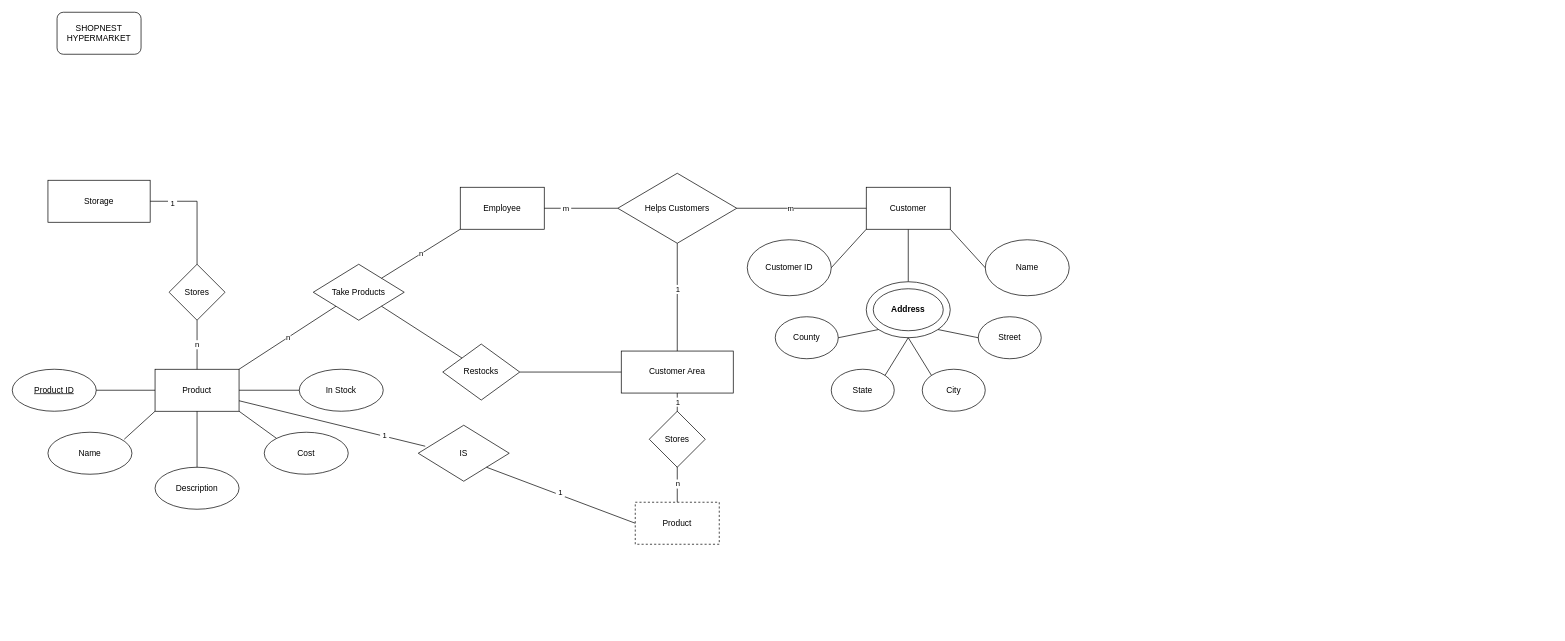
abobymotaki/uncharted keeps this draw.io diagram as Untitled Diagram.drawio. Above is the earlier version. Source tidied: cells renumbered, new cells numbered last; positions are measured from the earlier drawing's top-left corner, leaving out a move shared by most shapes. Both pictures are drawn from the tidied source at 70%, with x=0, y=0 at pixel (12, 12).
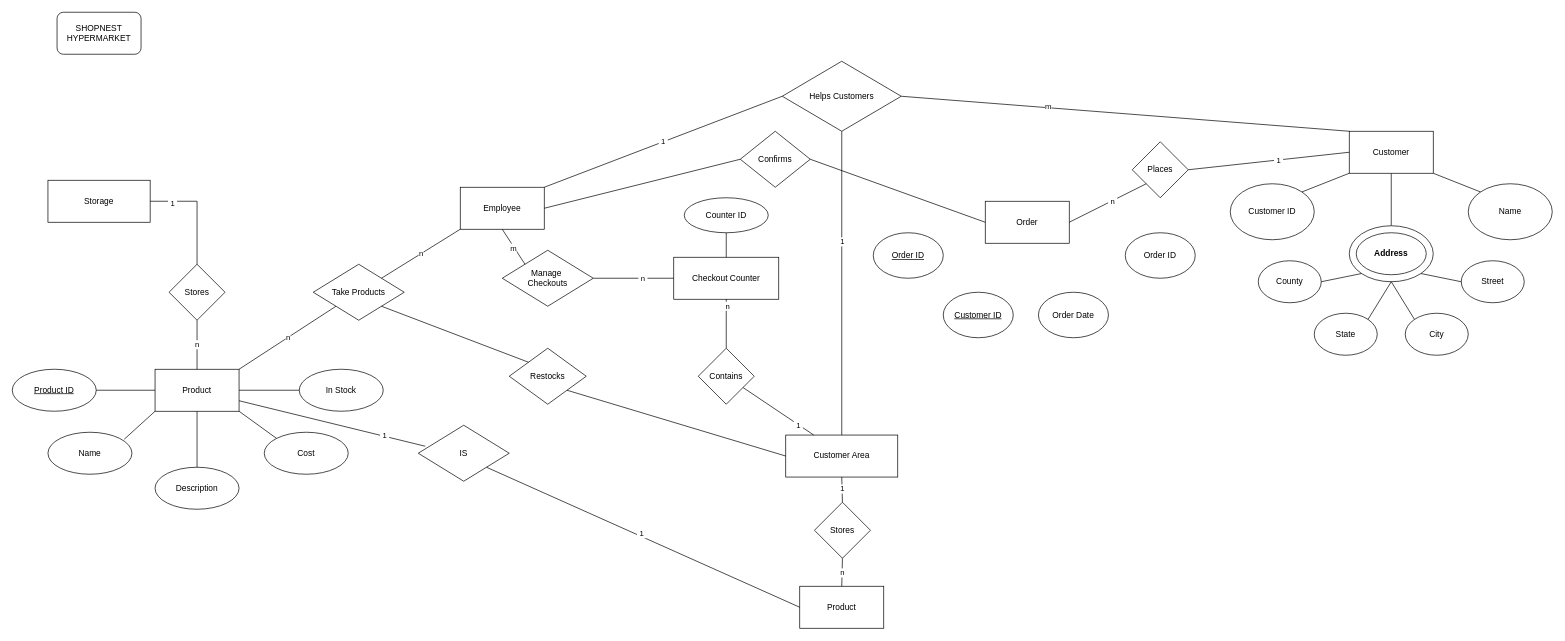
After the change.

Unchanged cells that the change refers to:
```xml
<mxCell id="28" value="Employee" style="rounded=0;whiteSpace=wrap;html=1;" parent="1" vertex="1">
  <mxGeometry x="640" y="250" width="120" height="60" as="geometry" />
</mxCell>
```

What changed in the source:
```diff
@@
     <mxCell id="10" value="Customer" style="rounded=0;whiteSpace=wrap;html=1;" parent="1" vertex="1">
-      <mxGeometry x="1220" y="250" width="120" height="60" as="geometry" />
+      <mxGeometry x="1910" y="170" width="120" height="60" as="geometry" />
     </mxCell>
     <mxCell id="11" style="group;" parent="1" vertex="1">
-      <mxGeometry x="1220" y="385" width="120" height="80" as="geometry" />
+      <mxGeometry x="1910" y="305" width="120" height="80" as="geometry" />
     </mxCell>
@@
     <mxCell id="14" value="Street" style="ellipse;whiteSpace=wrap;html=1;" parent="1" vertex="1">
-      <mxGeometry x="1380" y="435" width="90" height="60" as="geometry" />
+      <mxGeometry x="2070" y="355" width="90" height="60" as="geometry" />
     </mxCell>
     <mxCell id="15" value="State" style="ellipse;whiteSpace=wrap;html=1;" parent="1" vertex="1">
-      <mxGeometry x="1170" y="510" width="90" height="60" as="geometry" />
+      <mxGeometry x="1860" y="430" width="90" height="60" as="geometry" />
     </mxCell>
     <mxCell id="16" value="City" style="ellipse;whiteSpace=wrap;html=1;" parent="1" vertex="1">
-      <mxGeometry x="1300" y="510" width="90" height="60" as="geometry" />
+      <mxGeometry x="1990" y="430" width="90" height="60" as="geometry" />
     </mxCell>
     <mxCell id="17" value="County" style="ellipse;whiteSpace=wrap;html=1;" parent="1" vertex="1">
-      <mxGeometry x="1090" y="435" width="90" height="60" as="geometry" />
+      <mxGeometry x="1780" y="355" width="90" height="60" as="geometry" />
     </mxCell>
@@
     <mxCell id="22" value="Customer ID" style="ellipse;whiteSpace=wrap;html=1;" parent="1" vertex="1">
-      <mxGeometry x="1050" y="325" width="120" height="80" as="geometry" />
+      <mxGeometry x="1740" y="245" width="120" height="80" as="geometry" />
     </mxCell>
-    <mxCell id="23" style="endArrow=none;html=1;rounded=0;exitX=0;exitY=1;exitDx=0;exitDy=0;entryX=1;entryY=0.5;entryDx=0;entryDy=0;startFill=0;" parent="1" edge="1" source="10" target="22">
+    <mxCell id="23" style="endArrow=none;html=1;rounded=0;exitX=0;exitY=1;exitDx=0;exitDy=0;entryX=1;entryY=0;entryDx=0;entryDy=0;startFill=0;" parent="1" edge="1" source="10" target="22">
       <mxGeometry relative="1" as="geometry" />
     </mxCell>
     <mxCell id="24" value="Name" style="ellipse;whiteSpace=wrap;html=1;" parent="1" vertex="1">
-      <mxGeometry x="1390" y="325" width="120" height="80" as="geometry" />
+      <mxGeometry x="2080" y="245" width="120" height="80" as="geometry" />
     </mxCell>
-    <mxCell id="25" style="endArrow=none;html=1;rounded=0;exitX=1;exitY=1;exitDx=0;exitDy=0;entryX=0;entryY=0.5;entryDx=0;entryDy=0;startFill=0;" parent="1" edge="1" source="10" target="24">
+    <mxCell id="25" style="endArrow=none;html=1;rounded=0;exitX=1;exitY=1;exitDx=0;exitDy=0;entryX=0;entryY=0;entryDx=0;entryDy=0;startFill=0;" parent="1" edge="1" source="10" target="24">
       <mxGeometry relative="1" as="geometry" />
     </mxCell>
@@
     <mxCell id="29" value="Customer Area" style="rounded=0;whiteSpace=wrap;html=1;" parent="1" vertex="1">
-      <mxGeometry x="870" y="484" width="160" height="60" as="geometry" />
+      <mxGeometry x="1105" y="604" width="160" height="60" as="geometry" />
     </mxCell>
@@
-    <mxCell id="41" style="edgeStyle=orthogonalEdgeStyle;rounded=0;jettySize=auto;html=1;exitX=1;exitY=0.5;exitDx=0;exitDy=0;entryX=0;entryY=0.5;entryDx=0;entryDy=0;endArrow=none;startFill=0;" parent="1" edge="1" source="42" target="29">
-      <mxGeometry relative="1" as="geometry" />
-    </mxCell>
     <mxCell id="42" value="Restocks" style="rhombus;whiteSpace=wrap;html=1;" parent="1" vertex="1">
-      <mxGeometry x="615" y="474" width="110" height="80" as="geometry" />
+      <mxGeometry x="710" y="480" width="110" height="80" as="geometry" />
     </mxCell>
@@
-    <mxCell id="44" value="Product" style="rounded=0;whiteSpace=wrap;html=1;dashed=1;" parent="1" vertex="1">
-      <mxGeometry x="890" y="700" width="120" height="60" as="geometry" />
+    <mxCell id="44" value="Product" style="rounded=0;whiteSpace=wrap;html=1;" parent="1" vertex="1">
+      <mxGeometry x="1125" y="820" width="120" height="60" as="geometry" />
     </mxCell>
@@
-    <mxCell id="50" style="endArrow=none;html=1;rounded=0;entryX=0.5;entryY=1;entryDx=0;entryDy=0;exitX=0.5;exitY=0;exitDx=0;exitDy=0;" parent="1" edge="1" source="44" target="29">
+    <mxCell id="50" style="endArrow=none;html=1;rounded=0;entryX=0.5;entryY=1;entryDx=0;entryDy=0;exitX=0.5;exitY=0;exitDx=0;exitDy=0;" parent="1" edge="1" source="60" target="29">
       <mxGeometry relative="1" as="geometry" />
     </mxCell>
     <mxCell id="51" value="1" style="edgeLabel;html=1;align=center;verticalAlign=middle;" parent="50" vertex="1">
-      <mxGeometry x="0.85" relative="1" as="geometry" />
+      <mxGeometry x="0.85" relative="1" as="geometry">
+        <mxPoint y="13" as="offset" />
+      </mxGeometry>
     </mxCell>
-    <mxCell id="52" value="n" style="edgeLabel;html=1;align=center;verticalAlign=middle;" parent="50" vertex="1">
-      <mxGeometry x="-0.66" relative="1" as="geometry" />
-    </mxCell>
     <mxCell id="53" value="Helps Customers" style="rhombus;whiteSpace=wrap;html=1;" parent="1" vertex="1">
-      <mxGeometry x="865" y="230" width="170" height="100" as="geometry" />
+      <mxGeometry x="1100" y="70" width="170" height="100" as="geometry" />
     </mxCell>
-    <mxCell id="54" style="endArrow=none;html=1;rounded=0;exitX=1;exitY=0.5;exitDx=0;exitDy=0;entryX=0;entryY=0.5;entryDx=0;entryDy=0;" parent="1" edge="1" source="28" target="53">
+    <mxCell id="54" value="&amp;nbsp;1&amp;nbsp;" style="endArrow=none;html=1;rounded=0;exitX=1;exitY=0;exitDx=0;exitDy=0;entryX=0;entryY=0.5;entryDx=0;entryDy=0;" parent="1" edge="1" source="28" target="53">
       <mxGeometry relative="1" as="geometry" />
     </mxCell>
-    <mxCell id="55" value="&amp;nbsp;m&amp;nbsp;" style="edgeLabel;html=1;align=center;verticalAlign=middle;" parent="54" vertex="1">
-      <mxGeometry x="-0.42" y="1" relative="1" as="geometry" />
-    </mxCell>
-    <mxCell id="56" style="endArrow=none;html=1;rounded=0;exitX=0;exitY=0.5;exitDx=0;exitDy=0;entryX=1;entryY=0.5;entryDx=0;entryDy=0;" parent="1" edge="1" source="10" target="53">
+    <mxCell id="56" style="endArrow=none;html=1;rounded=0;exitX=0;exitY=0;exitDx=0;exitDy=0;entryX=1;entryY=0.5;entryDx=0;entryDy=0;" parent="1" edge="1" source="10" target="53">
       <mxGeometry relative="1" as="geometry" />
     </mxCell>
@@
+    <mxCell id="61" style="endArrow=none;html=1;rounded=0;entryX=0.5;entryY=1;entryDx=0;entryDy=0;exitX=0.5;exitY=0;exitDx=0;exitDy=0;" parent="1" edge="1" source="44" target="60">
+      <mxGeometry relative="1" as="geometry" />
+    </mxCell>
+    <mxCell id="52" value="n" style="edgeLabel;html=1;align=center;verticalAlign=middle;" parent="61" vertex="1">
+      <mxGeometry x="-0.66" relative="1" as="geometry">
+        <mxPoint y="-13" as="offset" />
+      </mxGeometry>
+    </mxCell>
     <mxCell id="60" value="Stores" style="rhombus;whiteSpace=wrap;html=1;" parent="1" vertex="1">
-      <mxGeometry x="910" y="570" width="80" height="80" as="geometry" />
+      <mxGeometry x="1146" y="700" width="80" height="80" as="geometry" />
     </mxCell>
+    <mxCell id="62" style="endArrow=none;html=1;rounded=0;entryX=0.25;entryY=0;entryDx=0;entryDy=0;" parent="1" edge="1" source="67" target="29">
+      <mxGeometry relative="1" as="geometry" />
+    </mxCell>
+    <mxCell id="63" value="&amp;nbsp;1&amp;nbsp;" style="edgeLabel;html=1;align=center;verticalAlign=middle;" parent="62" vertex="1">
+      <mxGeometry x="0.55" y="-1" relative="1" as="geometry">
+        <mxPoint x="1" as="offset" />
+      </mxGeometry>
+    </mxCell>
+    <mxCell id="64" value="Checkout Counter" style="rounded=0;whiteSpace=wrap;html=1;" parent="1" vertex="1">
+      <mxGeometry x="945" y="350" width="150" height="60" as="geometry" />
+    </mxCell>
+    <mxCell id="65" style="endArrow=none;html=1;rounded=0;entryX=0.5;entryY=0;entryDx=0;entryDy=0;" parent="1" edge="1" source="64" target="67">
+      <mxGeometry relative="1" as="geometry" />
+    </mxCell>
+    <mxCell id="66" value="&amp;nbsp;n&amp;nbsp;" style="edgeLabel;html=1;align=center;verticalAlign=middle;" parent="65" vertex="1">
+      <mxGeometry x="-0.75" y="1" relative="1" as="geometry" />
+    </mxCell>
+    <mxCell id="67" value="Contains" style="rhombus;whiteSpace=wrap;html=1;" parent="1" vertex="1">
+      <mxGeometry x="980" y="480" width="80" height="80" as="geometry" />
+    </mxCell>
+    <mxCell id="41" style="endArrow=none;html=1;rounded=0;exitX=1;exitY=1;exitDx=0;exitDy=0;entryX=0;entryY=0.5;entryDx=0;entryDy=0;" parent="1" edge="1" source="42" target="29">
+      <mxGeometry relative="1" as="geometry" />
+    </mxCell>
+    <mxCell id="68" value="Manage&amp;nbsp;&lt;div&gt;Checkouts&lt;/div&gt;" style="rhombus;whiteSpace=wrap;html=1;" parent="1" vertex="1">
+      <mxGeometry x="700" y="340" width="130" height="80" as="geometry" />
+    </mxCell>
+    <mxCell id="69" style="endArrow=none;html=1;rounded=0;entryX=0.5;entryY=1;entryDx=0;entryDy=0;exitX=0;exitY=0;exitDx=0;exitDy=0;" parent="1" edge="1" source="68" target="28">
+      <mxGeometry relative="1" as="geometry" />
+    </mxCell>
+    <mxCell id="55" value="m" style="edgeLabel;html=1;align=center;verticalAlign=middle;" parent="69" vertex="1">
+      <mxGeometry x="-0.04" y="1" relative="1" as="geometry" />
+    </mxCell>
+    <mxCell id="70" style="endArrow=none;html=1;rounded=0;exitX=1;exitY=0.5;exitDx=0;exitDy=0;entryX=0;entryY=0.5;entryDx=0;entryDy=0;" parent="1" edge="1" source="68" target="64">
+      <mxGeometry relative="1" as="geometry" />
+    </mxCell>
+    <mxCell id="71" value="&amp;nbsp;n&amp;nbsp;" style="edgeLabel;html=1;align=center;verticalAlign=middle;" parent="70" vertex="1">
+      <mxGeometry x="0.22" relative="1" as="geometry" />
+    </mxCell>
+    <mxCell id="72" value="Counter ID" style="ellipse;whiteSpace=wrap;html=1;" parent="1" vertex="1">
+      <mxGeometry x="960" y="265" width="120" height="50" as="geometry" />
+    </mxCell>
+    <mxCell id="73" style="endArrow=none;html=1;rounded=0;exitX=0.5;exitY=0;exitDx=0;exitDy=0;entryX=0.5;entryY=1;entryDx=0;entryDy=0;" parent="1" edge="1" source="64" target="72">
+      <mxGeometry relative="1" as="geometry" />
+    </mxCell>
+    <mxCell id="74" value="Order" style="rounded=0;whiteSpace=wrap;html=1;" parent="1" vertex="1">
+      <mxGeometry x="1390" y="270" width="120" height="60" as="geometry" />
+    </mxCell>
+    <mxCell id="75" value="Places" style="rhombus;whiteSpace=wrap;html=1;" parent="1" vertex="1">
+      <mxGeometry x="1600" y="185" width="80" height="80" as="geometry" />
+    </mxCell>
+    <mxCell id="76" value="&lt;u&gt;Order ID&lt;/u&gt;" style="ellipse;whiteSpace=wrap;html=1;" parent="1" vertex="1">
+      <mxGeometry x="1230" y="315" width="100" height="65" as="geometry" />
+    </mxCell>
+    <mxCell id="77" value="&lt;u&gt;Customer ID&lt;/u&gt;" style="ellipse;whiteSpace=wrap;html=1;" parent="1" vertex="1">
+      <mxGeometry x="1330" y="400" width="100" height="65" as="geometry" />
+    </mxCell>
+    <mxCell id="78" value="Order Date" style="ellipse;whiteSpace=wrap;html=1;" parent="1" vertex="1">
+      <mxGeometry x="1466" y="400" width="100" height="65" as="geometry" />
+    </mxCell>
+    <mxCell id="79" value="Order ID" style="ellipse;whiteSpace=wrap;html=1;" parent="1" vertex="1">
+      <mxGeometry x="1590" y="315" width="100" height="65" as="geometry" />
+    </mxCell>
+    <mxCell id="80" style="endArrow=none;html=1;rounded=0;exitX=1;exitY=0.5;exitDx=0;exitDy=0;entryX=0;entryY=0.5;entryDx=0;entryDy=0;" parent="1" edge="1" source="75" target="10">
+      <mxGeometry relative="1" as="geometry" />
+    </mxCell>
+    <mxCell id="81" value="&amp;nbsp;1&amp;nbsp;" style="edgeLabel;html=1;align=center;verticalAlign=middle;" parent="80" vertex="1">
+      <mxGeometry x="0.12" y="-1" relative="1" as="geometry">
+        <mxPoint x="-1" as="offset" />
+      </mxGeometry>
+    </mxCell>
+    <mxCell id="82" style="endArrow=none;html=1;rounded=0;entryX=0;entryY=1;entryDx=0;entryDy=0;exitX=1;exitY=0.5;exitDx=0;exitDy=0;" parent="1" edge="1" source="74" target="75">
+      <mxGeometry relative="1" as="geometry" />
+    </mxCell>
+    <mxCell id="83" value="&amp;nbsp;n&amp;nbsp;" style="edgeLabel;html=1;align=center;verticalAlign=middle;" parent="82" vertex="1">
+      <mxGeometry x="0.13" y="-1" relative="1" as="geometry">
+        <mxPoint x="-1" as="offset" />
+      </mxGeometry>
+    </mxCell>
+    <mxCell id="84" value="Confirms" style="rhombus;whiteSpace=wrap;html=1;" parent="1" vertex="1">
+      <mxGeometry x="1040" y="170" width="100" height="80" as="geometry" />
+    </mxCell>
+    <mxCell id="85" style="endArrow=none;html=1;rounded=0;exitX=1;exitY=0.5;exitDx=0;exitDy=0;entryX=0;entryY=0.5;entryDx=0;entryDy=0;" parent="1" edge="1" source="28" target="84">
+      <mxGeometry relative="1" as="geometry" />
+    </mxCell>
+    <mxCell id="86" style="endArrow=none;html=1;rounded=0;exitX=1;exitY=0.5;exitDx=0;exitDy=0;entryX=0;entryY=0.5;entryDx=0;entryDy=0;" parent="1" edge="1" source="84" target="74">
+      <mxGeometry relative="1" as="geometry" />
+    </mxCell>
```
